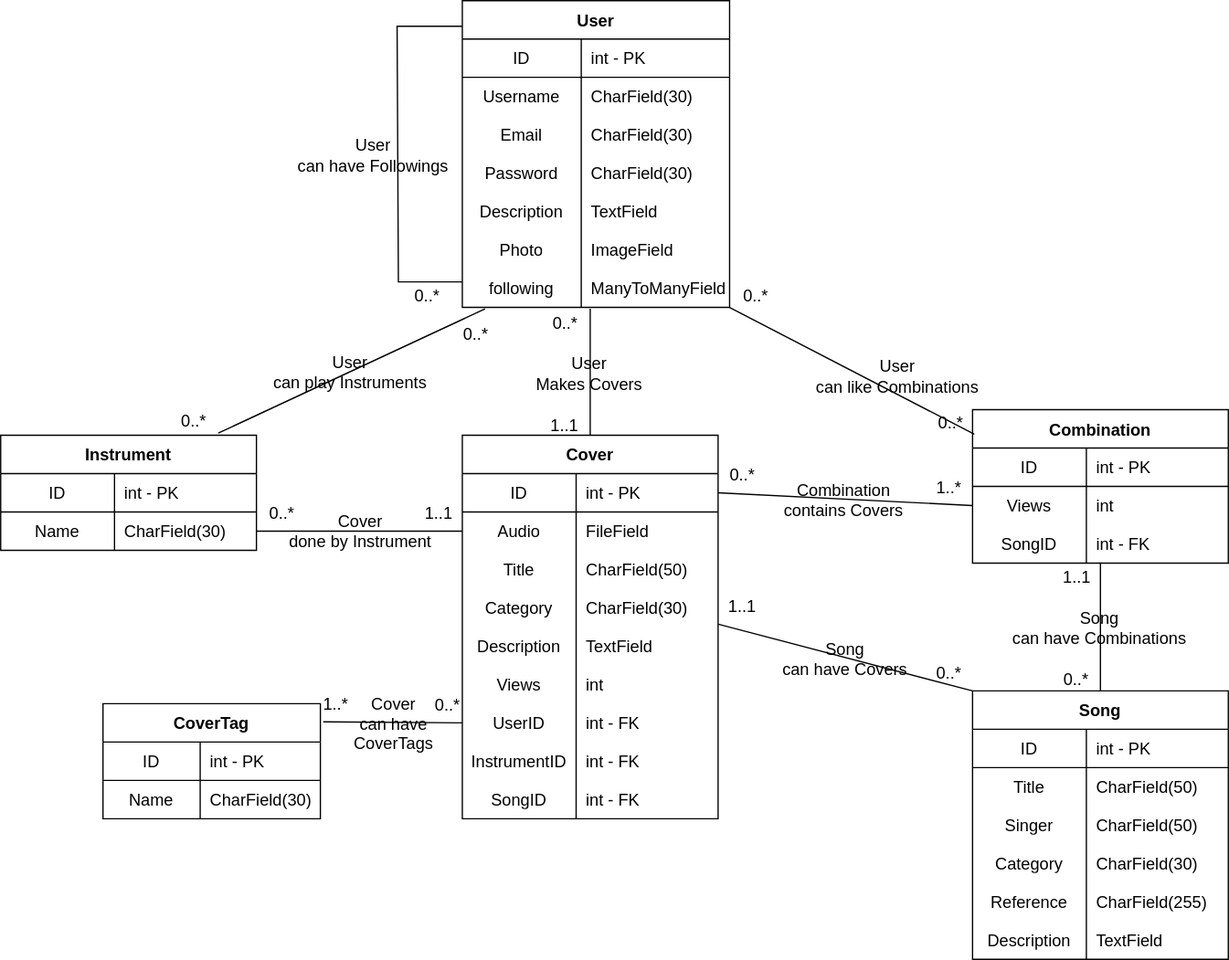
Earlier version of the draw.io export model.svg (zz-zye/swpp-design). Source tidied: cells renumbered, new cells last; positions are measured from the earlier drawing's top-left corner, leaving out a move shared by most shapes.
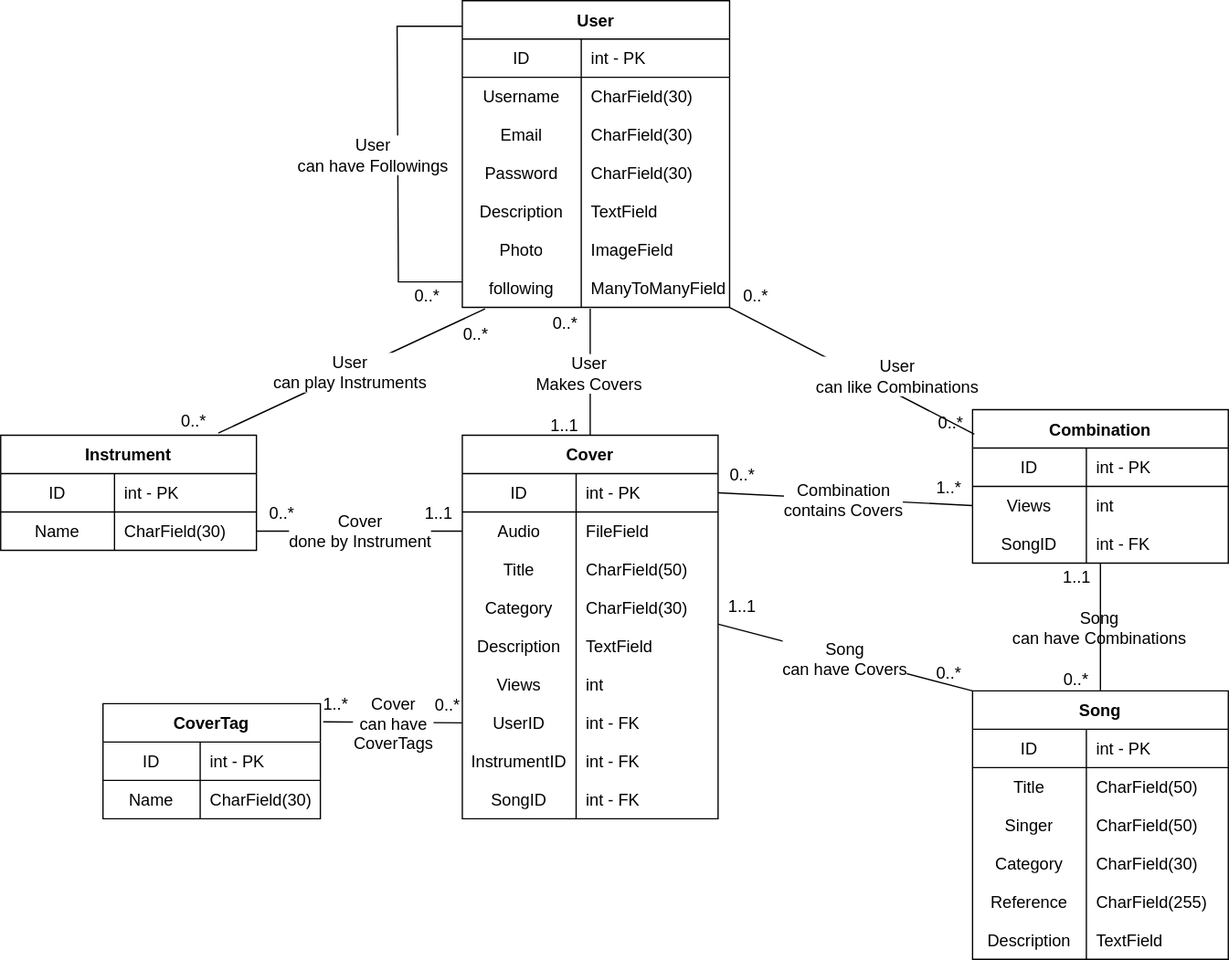
After the commit.

Commit message:
changed text background

The edit, as a diff of the source:
```diff
@@ -71,7 +71,7 @@
     <mxCell id="24" style="endArrow=none;html=1;fontFamily=Helvetica;fontSize=13;exitX=0.085;exitY=1.038;exitDx=0;exitDy=0;labelBackgroundColor=none;labelBorderColor=none;endFill=0;entryX=0.851;entryY=-0.019;entryDx=0;entryDy=0;exitPerimeter=0;entryPerimeter=0;" parent="1" edge="1" source="21" target="28">
       <mxGeometry relative="1" as="geometry" />
     </mxCell>
-    <mxCell id="25" value="User&lt;br style=&quot;font-size: 13px&quot;&gt;can play Instruments" style="edgeLabel;html=1;align=center;verticalAlign=middle;fontFamily=Helvetica;labelBorderColor=none;fontSize=13;labelBackgroundColor=none;" parent="24" vertex="1">
+    <mxCell id="25" value="User&lt;br style=&quot;font-size: 13px&quot;&gt;can play Instruments" style="edgeLabel;html=1;align=center;verticalAlign=middle;fontFamily=Helvetica;labelBorderColor=none;fontSize=13;labelBackgroundColor=#ffffff;" parent="24" vertex="1">
       <mxGeometry relative="1" as="geometry">
         <mxPoint x="-2" as="offset" />
       </mxGeometry>
@@ -196,7 +196,7 @@
         <mxPoint x="461" y="241" as="sourcePoint" />
       </mxGeometry>
     </mxCell>
-    <mxCell id="64" value="User&lt;br style=&quot;font-size: 13px;&quot;&gt;Makes Covers" style="edgeLabel;html=1;align=center;verticalAlign=middle;fontFamily=Helvetica;labelBorderColor=none;fontSize=13;labelBackgroundColor=none;" parent="63" vertex="1">
+    <mxCell id="64" value="User&lt;br style=&quot;font-size: 13px;&quot;&gt;Makes Covers" style="edgeLabel;html=1;align=center;verticalAlign=middle;fontFamily=Helvetica;labelBorderColor=none;fontSize=13;labelBackgroundColor=#ffffff;" parent="63" vertex="1">
       <mxGeometry relative="1" as="geometry">
         <mxPoint x="-2" as="offset" />
       </mxGeometry>
@@ -214,7 +214,7 @@
     <mxCell id="67" style="endArrow=none;html=1;fontFamily=Helvetica;fontSize=13;labelBackgroundColor=none;labelBorderColor=none;endFill=0;exitX=0;exitY=0.5;exitDx=0;exitDy=0;entryX=1;entryY=0.5;entryDx=0;entryDy=0;" parent="1" edge="1" source="39" target="32">
       <mxGeometry relative="1" as="geometry" />
     </mxCell>
-    <mxCell id="68" value="Cover&lt;br style=&quot;font-size: 13px&quot;&gt;done by Instrument" style="edgeLabel;html=1;align=center;verticalAlign=middle;fontFamily=Helvetica;labelBorderColor=none;fontSize=13;labelBackgroundColor=none;" parent="67" vertex="1">
+    <mxCell id="68" value="Cover&lt;br style=&quot;font-size: 13px&quot;&gt;done by Instrument" style="edgeLabel;html=1;align=center;verticalAlign=middle;fontFamily=Helvetica;labelBorderColor=none;fontSize=13;labelBackgroundColor=#ffffff;" parent="67" vertex="1">
       <mxGeometry relative="1" as="geometry">
         <mxPoint x="-1" y="-1" as="offset" />
       </mxGeometry>
@@ -262,7 +262,7 @@
     <mxCell id="81" style="endArrow=none;html=1;fontFamily=Helvetica;fontSize=13;entryX=1;entryY=0.5;entryDx=0;entryDy=0;labelBackgroundColor=none;labelBorderColor=none;endFill=0;exitX=0;exitY=0.5;exitDx=0;exitDy=0;" parent="1" edge="1" source="75" target="36">
       <mxGeometry relative="1" as="geometry" />
     </mxCell>
-    <mxCell id="82" value="Combination&lt;br style=&quot;font-size: 13px&quot;&gt;contains Covers" style="edgeLabel;html=1;align=center;verticalAlign=middle;fontFamily=Helvetica;labelBorderColor=none;fontSize=13;labelBackgroundColor=none;" parent="81" vertex="1">
+    <mxCell id="82" value="Combination&lt;br style=&quot;font-size: 13px&quot;&gt;contains Covers" style="edgeLabel;html=1;align=center;verticalAlign=middle;fontFamily=Helvetica;labelBorderColor=none;fontSize=13;labelBackgroundColor=#ffffff;" parent="81" vertex="1">
       <mxGeometry relative="1" as="geometry">
         <mxPoint x="-2" as="offset" />
       </mxGeometry>
@@ -280,7 +280,7 @@
     <mxCell id="85" style="endArrow=none;html=1;fontFamily=Helvetica;fontSize=13;labelBackgroundColor=none;labelBorderColor=none;endFill=0;exitX=0;exitY=0.5;exitDx=0;exitDy=0;entryX=1.013;entryY=0.157;entryDx=0;entryDy=0;entryPerimeter=0;" parent="1" edge="1" source="54" target="89">
       <mxGeometry relative="1" as="geometry" />
     </mxCell>
-    <mxCell id="86" value="Cover&lt;br style=&quot;font-size: 13px&quot;&gt;can have&lt;br style=&quot;font-size: 13px&quot;&gt;CoverTags" style="edgeLabel;html=1;align=center;verticalAlign=middle;fontFamily=Helvetica;labelBorderColor=none;fontSize=13;labelBackgroundColor=none;" parent="85" vertex="1">
+    <mxCell id="86" value="Cover&lt;br style=&quot;font-size: 13px&quot;&gt;can have&lt;br style=&quot;font-size: 13px&quot;&gt;CoverTags" style="edgeLabel;html=1;align=center;verticalAlign=middle;fontFamily=Helvetica;labelBorderColor=none;fontSize=13;labelBackgroundColor=#ffffff;" parent="85" vertex="1">
       <mxGeometry relative="1" as="geometry">
         <mxPoint x="-1" as="offset" />
       </mxGeometry>
@@ -396,7 +396,7 @@
     <mxCell id="119" style="endArrow=none;html=1;fontFamily=Helvetica;fontSize=13;labelBackgroundColor=none;labelBorderColor=none;endFill=0;exitX=0;exitY=0;exitDx=0;exitDy=0;entryX=1.001;entryY=-0.072;entryDx=0;entryDy=0;entryPerimeter=0;" parent="1" edge="1" source="96" target="48">
       <mxGeometry relative="1" as="geometry" />
     </mxCell>
-    <mxCell id="120" value="Song&lt;br style=&quot;font-size: 13px&quot;&gt;can have Covers" style="edgeLabel;html=1;align=center;verticalAlign=middle;fontFamily=Helvetica;labelBorderColor=none;fontSize=13;labelBackgroundColor=none;" parent="119" vertex="1">
+    <mxCell id="120" value="Song&lt;br style=&quot;font-size: 13px&quot;&gt;can have Covers" style="edgeLabel;html=1;align=center;verticalAlign=middle;fontFamily=Helvetica;labelBorderColor=none;fontSize=13;labelBackgroundColor=#ffffff;" parent="119" vertex="1">
       <mxGeometry relative="1" as="geometry">
         <mxPoint x="-2" as="offset" />
       </mxGeometry>
@@ -429,7 +429,7 @@
         <mxPoint x="570" y="240" as="sourcePoint" />
       </mxGeometry>
     </mxCell>
-    <mxCell id="126" value="User&lt;br style=&quot;font-size: 13px&quot;&gt;can like Combinations" style="edgeLabel;html=1;align=center;verticalAlign=middle;fontFamily=Helvetica;labelBorderColor=none;fontSize=13;labelBackgroundColor=none;" parent="125" vertex="1">
+    <mxCell id="126" value="User&lt;br style=&quot;font-size: 13px&quot;&gt;can like Combinations" style="edgeLabel;html=1;align=center;verticalAlign=middle;fontFamily=Helvetica;labelBorderColor=none;fontSize=13;labelBackgroundColor=#ffffff;" parent="125" vertex="1">
       <mxGeometry relative="1" as="geometry">
         <mxPoint x="34" y="3" as="offset" />
       </mxGeometry>
@@ -444,7 +444,7 @@
         <mxPoint x="-10" as="offset" />
       </mxGeometry>
     </mxCell>
-    <mxCell id="129" value="User&lt;br style=&quot;font-size: 13px&quot;&gt;can have Followings" style="edgeLabel;html=1;align=center;verticalAlign=middle;fontFamily=Helvetica;labelBorderColor=none;fontSize=13;labelBackgroundColor=none;" parent="1" vertex="1">
+    <mxCell id="129" value="User&lt;br style=&quot;font-size: 13px&quot;&gt;can have Followings" style="edgeLabel;html=1;align=center;verticalAlign=middle;fontFamily=Helvetica;labelBorderColor=none;fontSize=13;labelBackgroundColor=#ffffff;" parent="1" vertex="1">
       <mxGeometry x="290" y="120" as="geometry" />
     </mxCell>
   </root>
```
